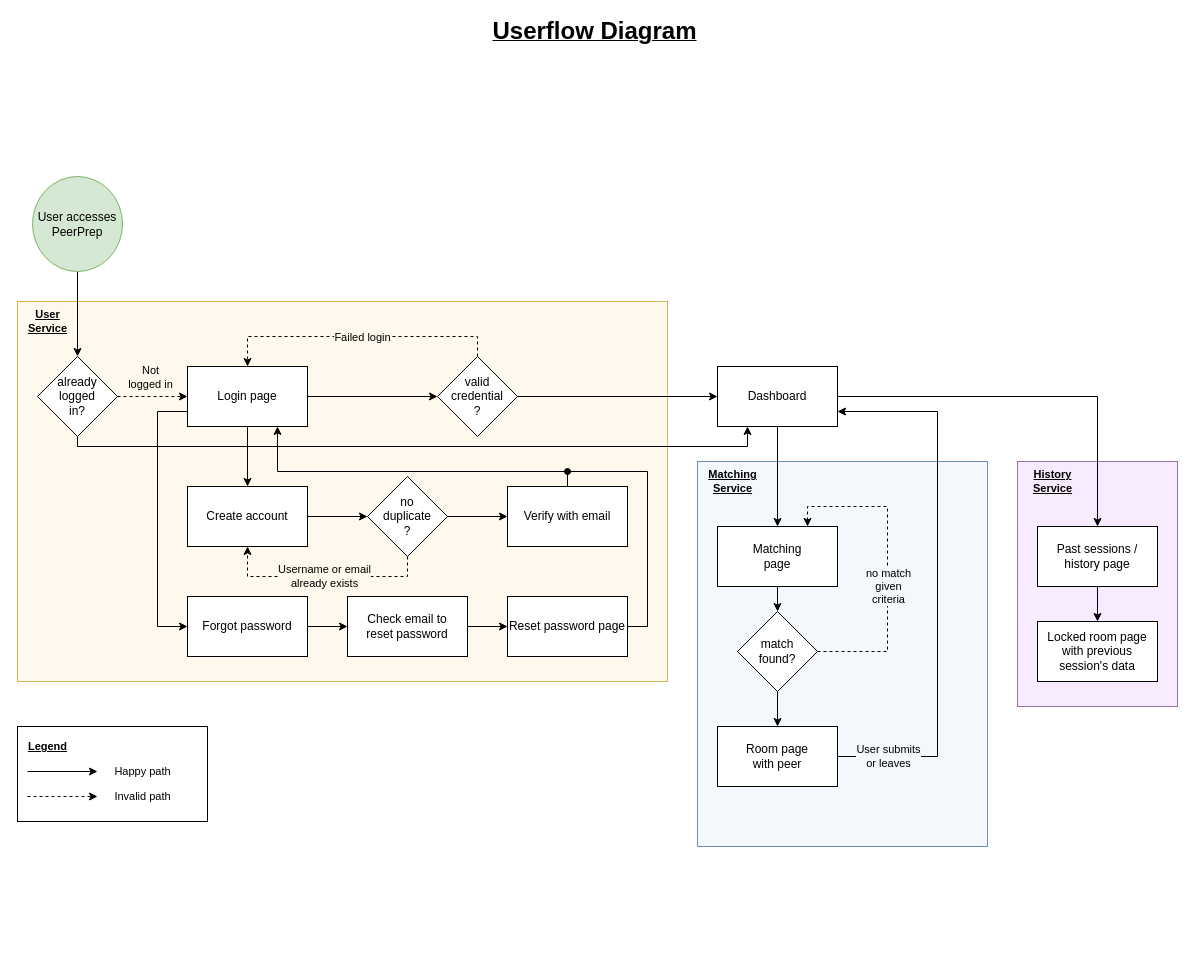
Above: docs/cs3219-userflow.drawio in CS3219-AY2223S1/cs3219-project-ay2223s1-g42 (draw.io), before the change. Source tidied: cells renumbered, new cells numbered last; positions are measured from the earlier drawing's top-left corner, leaving out a move shared by most shapes. Both pictures are drawn from the tidied source at 100%, with x=0, y=0 at pixel (17, 21).
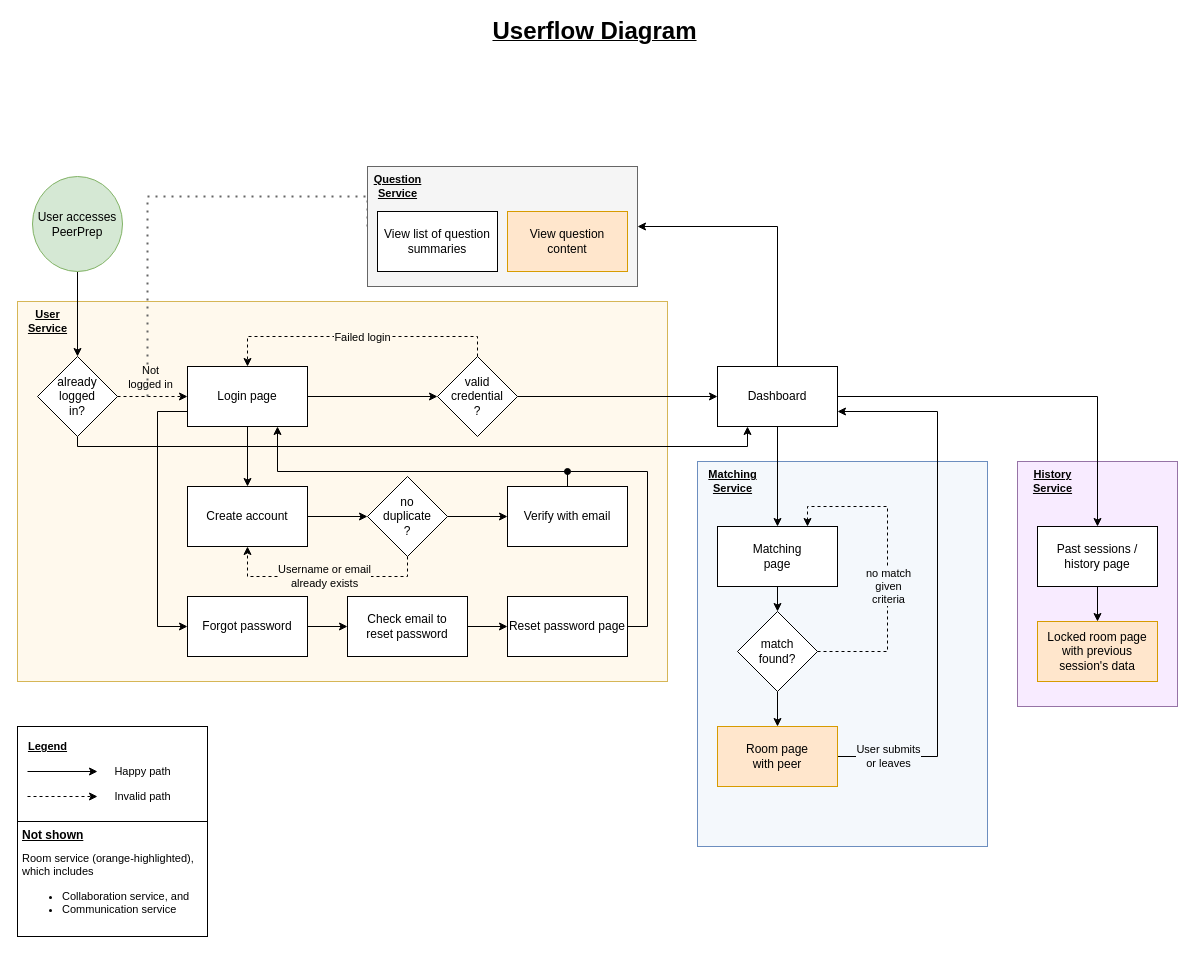
The same page after the edit.

The change refers to these unchanged cells:
```xml
<mxCell id="22" value="Dashboard" style="whiteSpace=wrap;html=1;rounded=0;" parent="1" vertex="1">
  <mxGeometry x="700" y="345" width="120" height="60" as="geometry" />
</mxCell>
```

Change to the diagram source:
```diff
@@
+    <mxCell id="58" style="edgeStyle=orthogonalEdgeStyle;rounded=0;html=1;exitX=0.5;exitY=0;exitDx=0;exitDy=0;entryX=1;entryY=0.5;entryDx=0;entryDy=0;fontSize=11;" parent="1" edge="1" source="22" target="63">
+      <mxGeometry relative="1" as="geometry" />
+    </mxCell>
@@
-    <mxCell id="52" value="Room page&lt;br&gt;with peer" style="whiteSpace=wrap;html=1;rounded=0;" parent="1" vertex="1">
+    <mxCell id="52" value="Room page&lt;br&gt;with peer" style="whiteSpace=wrap;html=1;rounded=0;fillColor=#ffe6cc;strokeColor=#d79b00;" parent="1" vertex="1">
       <mxGeometry x="700" y="705" width="120" height="60" as="geometry" />
     </mxCell>
@@
-    <mxCell id="54" value="Locked room page&lt;br&gt;with previous session's data" style="whiteSpace=wrap;html=1;rounded=0;" parent="1" vertex="1">
+    <mxCell id="54" value="Locked room page&lt;br&gt;with previous session's data" style="whiteSpace=wrap;html=1;rounded=0;fillColor=#ffe6cc;strokeColor=#d79b00;" parent="1" vertex="1">
       <mxGeometry x="1020" y="600" width="120" height="60" as="geometry" />
     </mxCell>
@@
+    <mxCell id="59" value="&lt;b&gt;&lt;u&gt;Not shown&lt;/u&gt;&lt;/b&gt;" style="rounded=0;whiteSpace=wrap;html=1;labelBackgroundColor=default;comic=0;align=left;labelPadding=0;horizontal=1;labelPosition=center;verticalLabelPosition=middle;verticalAlign=top;spacingRight=0;spacingLeft=3;labelBorderColor=none;fontColor=default;" parent="1" vertex="1">
+      <mxGeometry y="800" width="190" height="115" as="geometry" />
+    </mxCell>
+    <mxCell id="60" value="Room service (orange-highlighted), which includes&lt;br&gt;&lt;ul&gt;&lt;li&gt;Collaboration service, and&lt;/li&gt;&lt;li&gt;Communication service&lt;/li&gt;&lt;/ul&gt;" style="text;html=1;strokeColor=none;fillColor=none;align=left;verticalAlign=middle;whiteSpace=wrap;rounded=0;labelBackgroundColor=default;fontSize=11;fontColor=default;" parent="1" vertex="1">
+      <mxGeometry x="3" y="853" width="177" height="30" as="geometry" />
+    </mxCell>
+    <mxCell id="61" style="endArrow=none;dashed=1;html=1;dashPattern=1 3;strokeWidth=2;edgeStyle=orthogonalEdgeStyle;rounded=0;entryX=0;entryY=0.5;entryDx=0;entryDy=0;fillColor=#f5f5f5;strokeColor=#666666;" parent="1" edge="1" target="63">
+      <mxGeometry relative="1" as="geometry">
+        <mxPoint x="130" y="375" as="sourcePoint" />
+        <Array as="points">
+          <mxPoint x="130" y="175" />
+        </Array>
+      </mxGeometry>
+    </mxCell>
+    <mxCell id="62" style="group;" parent="1" vertex="1">
+      <mxGeometry x="350" y="145" width="270" height="120" as="geometry" />
+    </mxCell>
+    <mxCell id="63" style="rounded=0;whiteSpace=wrap;html=1;fillColor=#f5f5f5;fontColor=#333333;strokeColor=#666666;" parent="62" vertex="1">
+      <mxGeometry width="270" height="120" as="geometry" />
+    </mxCell>
+    <mxCell id="64" value="Question&lt;br&gt;Service" style="text;html=1;align=center;verticalAlign=middle;strokeColor=none;fillColor=none;fontSize=11;fontFamily=Helvetica;fontColor=default;fontStyle=5;" parent="62" vertex="1">
+      <mxGeometry y="5" width="60" height="30" as="geometry" />
+    </mxCell>
+    <mxCell id="65" value="View list of question summaries" style="rounded=0;whiteSpace=wrap;html=1;" parent="62" vertex="1">
+      <mxGeometry x="10" y="45" width="120" height="60" as="geometry" />
+    </mxCell>
+    <mxCell id="66" value="View question &lt;br&gt;content" style="rounded=0;whiteSpace=wrap;html=1;fillColor=#ffe6cc;strokeColor=#d79b00;" parent="62" vertex="1">
+      <mxGeometry x="140" y="45" width="120" height="60" as="geometry" />
+    </mxCell>
```
